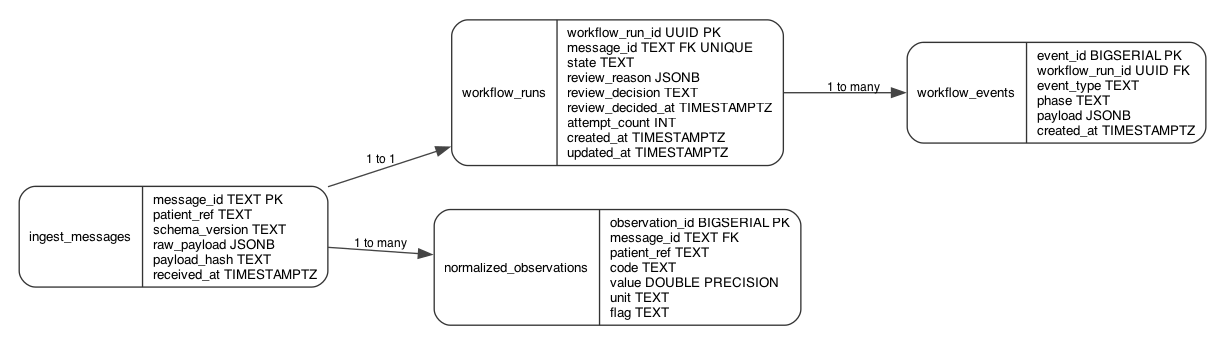
Earlier version of the Graphviz export diagrams/data_model.png (lyoness1/lab-flow). Its source is kept beside it as diagrams/data_model.dot.
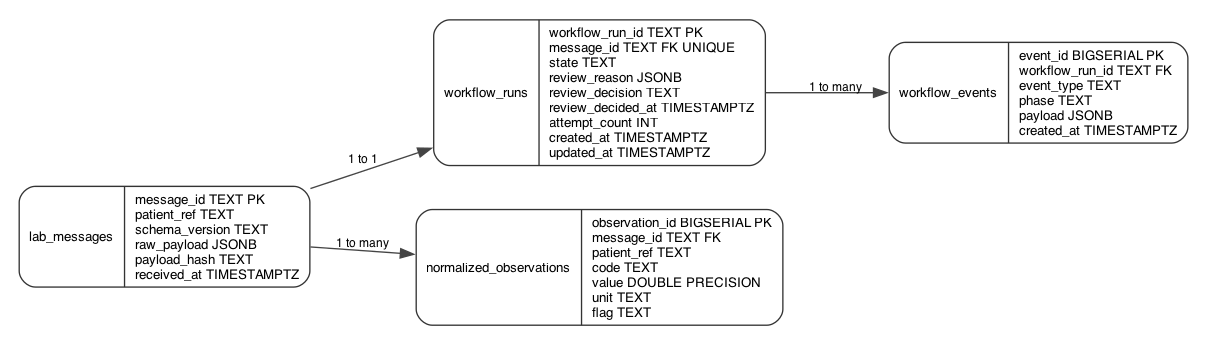
The same file after the commit.

Diff of the diagram source:
```diff
@@ -2,11 +2,11 @@
   graph [rankdir=LR, bgcolor="white", pad="0.2", nodesep="0.45", ranksep="0.55"];
   node [shape=record, style="rounded,filled", fillcolor="white", color="#333333", fontname="Helvetica", fontsize=10];
   edge [color="#444444", fontname="Helvetica", fontsize=9];
-  ingest [label="{ingest_messages|message_id TEXT PK\lpatient_ref TEXT\lschema_version TEXT\lraw_payload JSONB\lpayload_hash TEXT\lreceived_at TIMESTAMPTZ\l}"];
-  runs [label="{workflow_runs|workflow_run_id UUID PK\lmessage_id TEXT FK UNIQUE\lstate TEXT\lreview_reason JSONB\lreview_decision TEXT\lreview_decided_at TIMESTAMPTZ\lattempt_count INT\lcreated_at TIMESTAMPTZ\lupdated_at TIMESTAMPTZ\l}"];
-  events [label="{workflow_events|event_id BIGSERIAL PK\lworkflow_run_id UUID FK\levent_type TEXT\lphase TEXT\lpayload JSONB\lcreated_at TIMESTAMPTZ\l}"];
+  messages [label="{lab_messages|message_id TEXT PK\lpatient_ref TEXT\lschema_version TEXT\lraw_payload JSONB\lpayload_hash TEXT\lreceived_at TIMESTAMPTZ\l}"];
+  runs [label="{workflow_runs|workflow_run_id TEXT PK\lmessage_id TEXT FK UNIQUE\lstate TEXT\lreview_reason JSONB\lreview_decision TEXT\lreview_decided_at TIMESTAMPTZ\lattempt_count INT\lcreated_at TIMESTAMPTZ\lupdated_at TIMESTAMPTZ\l}"];
+  events [label="{workflow_events|event_id BIGSERIAL PK\lworkflow_run_id TEXT FK\levent_type TEXT\lphase TEXT\lpayload JSONB\lcreated_at TIMESTAMPTZ\l}"];
   obs [label="{normalized_observations|observation_id BIGSERIAL PK\lmessage_id TEXT FK\lpatient_ref TEXT\lcode TEXT\lvalue DOUBLE PRECISION\lunit TEXT\lflag TEXT\l}"];
-  ingest -> runs [label="1 to 1"];
+  messages -> runs [label="1 to 1"];
   runs -> events [label="1 to many"];
-  ingest -> obs [label="1 to many"];
+  messages -> obs [label="1 to many"];
 }
```
